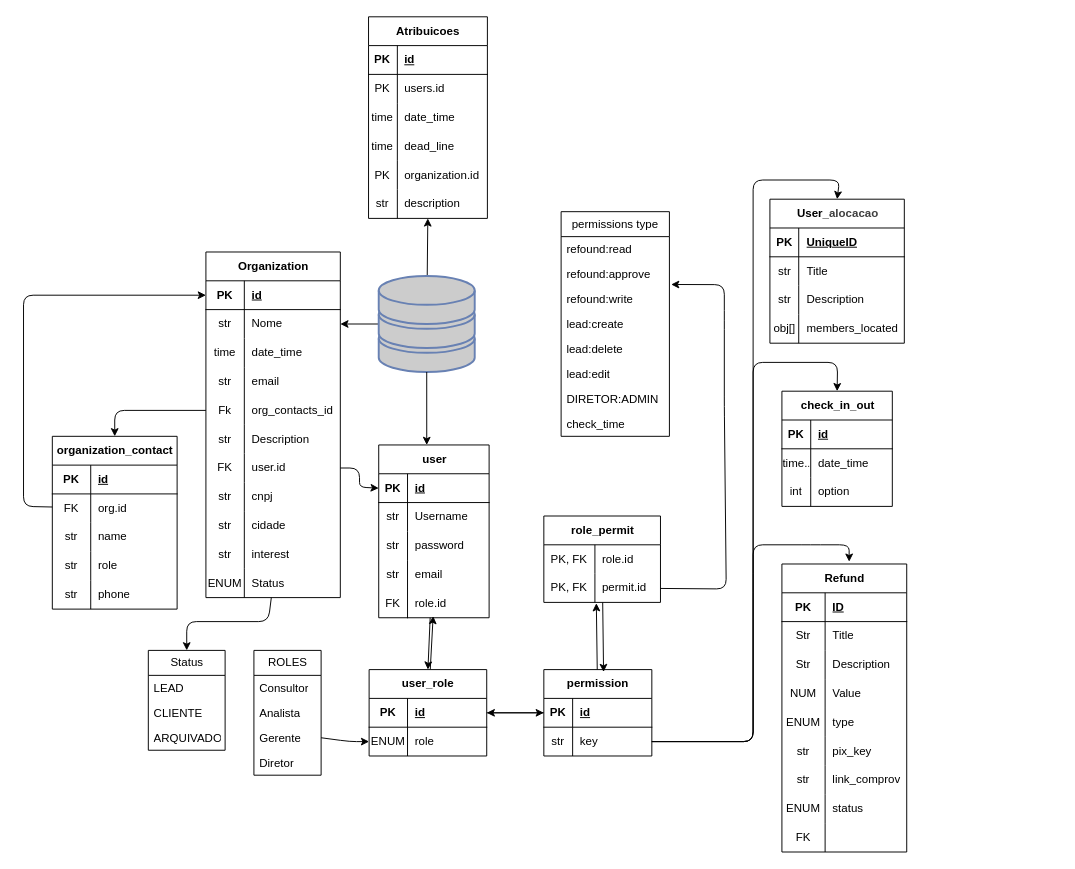
Earlier version of the draw.io diagram modelBanco.dio (EJUnicap-org/api-intern-platform). Source tidied: cells renumbered, new cells numbered last; positions are measured from the earlier drawing's top-left corner, leaving out a move shared by most shapes. Both pictures are drawn from the tidied source at 96%, with x=0, y=0 at pixel (23, 16).
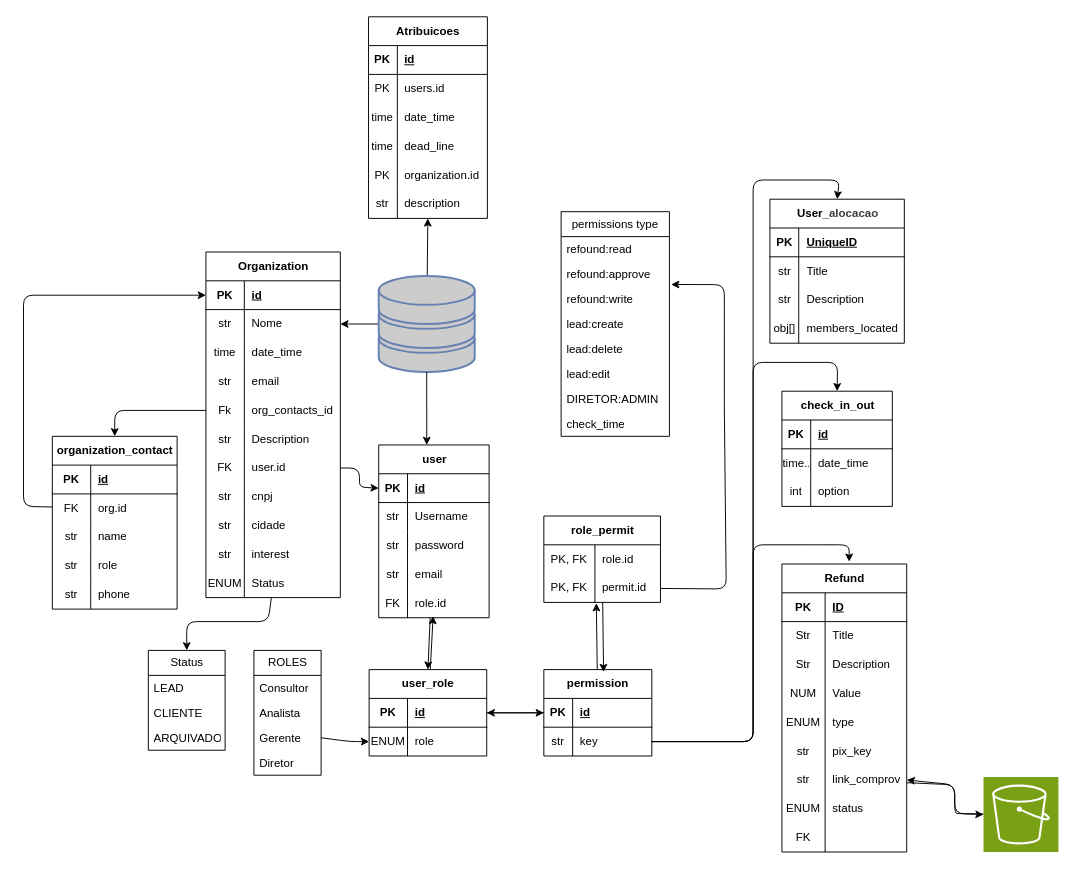
The same diagram, later.

Unchanged cells that the change refers to:
```xml
<mxCell id="24" style="shape=tableRow;horizontal=0;startSize=0;swimlaneHead=0;swimlaneBody=0;fillColor=none;points=[[0,0.5],[1,0.5]];portConstraint=eastwest;top=0;left=0;right=0;bottom=0;" parent="5" vertex="1">
  <mxGeometry y="210" width="130" height="30" as="geometry" />
</mxCell>
```

Diff of the diagram source:
```diff
@@
+    <mxCell id="197" style="edgeStyle=none;html=1;entryX=1;entryY=0.5;entryDx=0;entryDy=0;" parent="1" edge="1" source="198" target="24">
+      <mxGeometry relative="1" as="geometry">
+        <Array as="points">
+          <mxPoint x="980" y="830" />
+          <mxPoint x="970" y="830" />
+          <mxPoint x="970" y="800" />
+        </Array>
+      </mxGeometry>
+    </mxCell>
+    <mxCell id="198" style="sketch=0;points=[[0,0,0],[0.25,0,0],[0.5,0,0],[0.75,0,0],[1,0,0],[0,1,0],[0.25,1,0],[0.5,1,0],[0.75,1,0],[1,1,0],[0,0.25,0],[0,0.5,0],[0,0.75,0],[1,0.25,0],[1,0.5,0],[1,0.75,0]];outlineConnect=0;fontColor=#232F3E;fillColor=#7AA116;strokeColor=#ffffff;dashed=0;verticalLabelPosition=bottom;verticalAlign=top;align=center;html=1;fontSize=12;fontStyle=0;shape=mxgraph.aws4.resourceIcon;resIcon=mxgraph.aws4.s3;" parent="1" vertex="1">
+      <mxGeometry x="1000" y="792" width="78" height="78" as="geometry" />
+    </mxCell>
+    <mxCell id="199" style="edgeStyle=none;html=1;entryX=0;entryY=0.5;entryDx=0;entryDy=0;entryPerimeter=0;" parent="1" edge="1" source="24" target="198">
+      <mxGeometry relative="1" as="geometry">
+        <Array as="points">
+          <mxPoint x="970" y="800" />
+          <mxPoint x="970" y="830" />
+        </Array>
+      </mxGeometry>
+    </mxCell>
```
